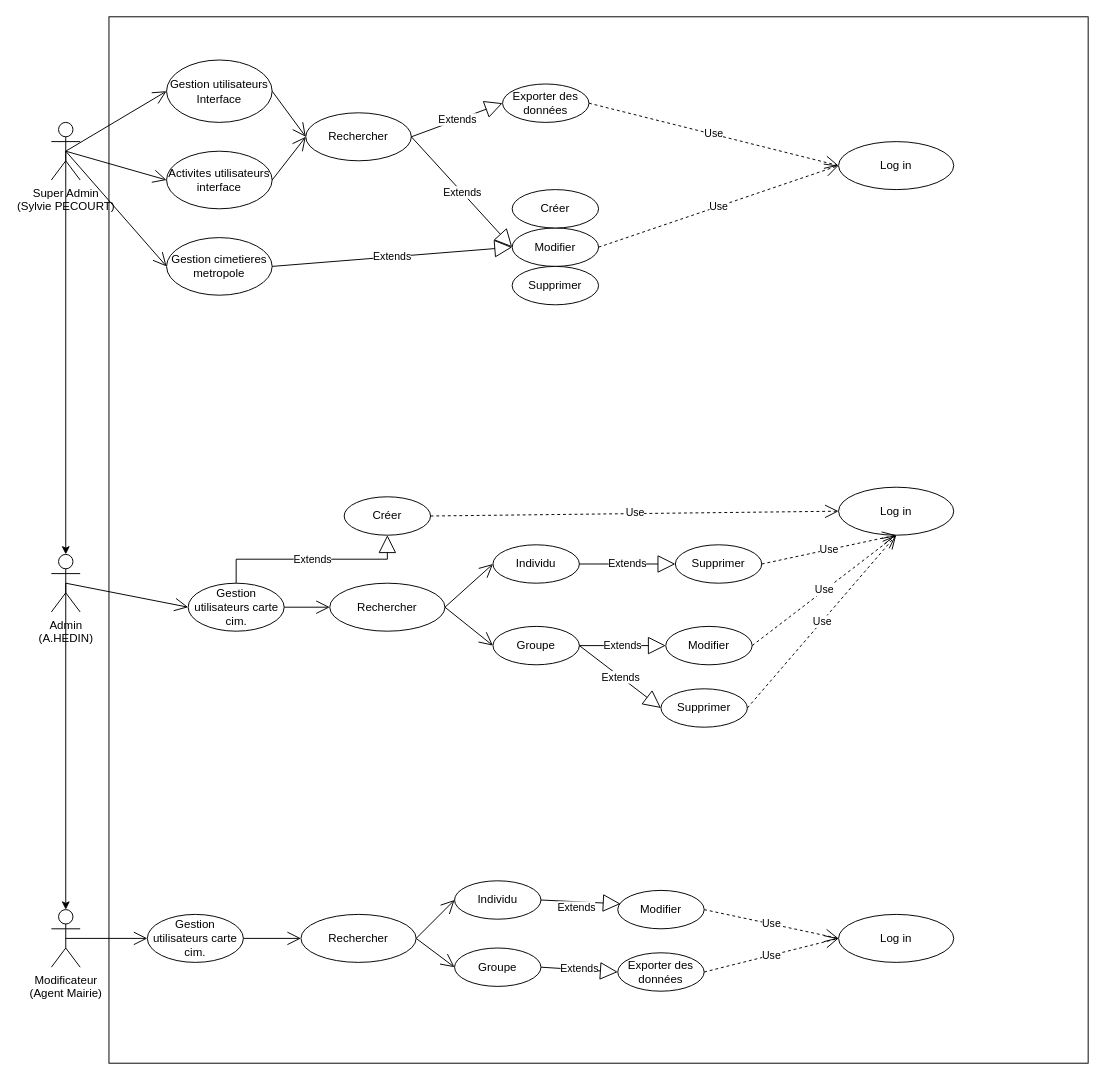
This is page "Diagramme d'utilisations" (1 of 4) of accésCimAmiens.drawio from lemairemarius/Uml, a draw.io file, before an edit. Source tidied: cells renumbered, new cells numbered last; positions are measured from the earlier drawing's top-left corner, leaving out a move shared by most shapes. Both pictures are drawn from the tidied source at 96%, with x=0, y=0 at pixel (51, 16).
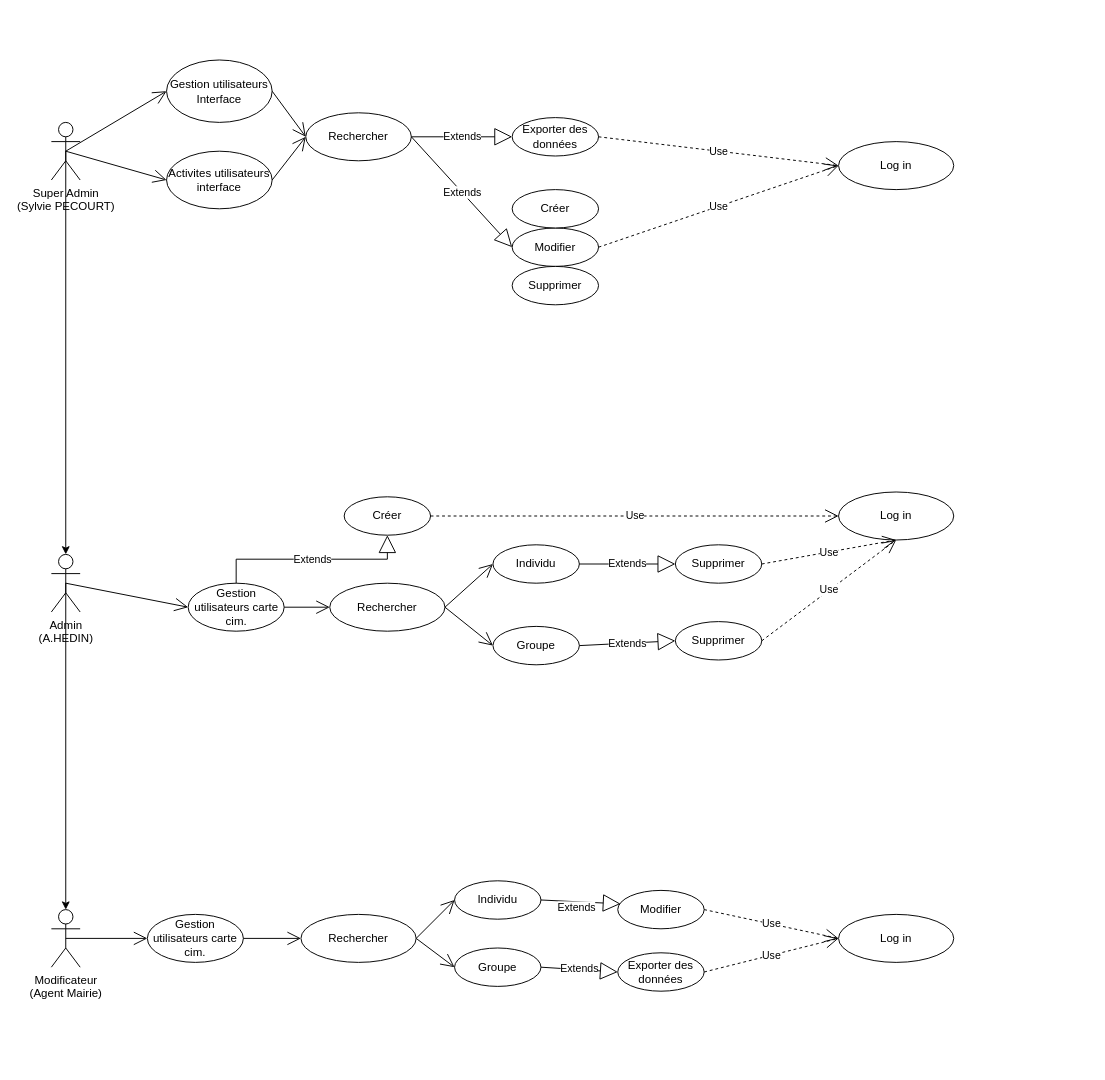
The same page after the edit.

Unchanged cells that the change refers to:
```xml
<mxCell id="3" value="Super Admin&lt;br&gt;(Sylvie PECOURT)" style="shape=umlActor;verticalLabelPosition=bottom;verticalAlign=top;html=1;outlineConnect=0;" parent="1" vertex="1">
  <mxGeometry y="110" width="30" height="60" as="geometry" />
</mxCell>
<mxCell id="10" value="Modifier" style="ellipse;whiteSpace=wrap;html=1;" parent="1" vertex="1">
  <mxGeometry x="480" y="220" width="90" height="40" as="geometry" />
</mxCell>
<mxCell id="36" value="Groupe&lt;br&gt;" style="ellipse;whiteSpace=wrap;html=1;" parent="1" vertex="1">
  <mxGeometry x="460" y="635" width="90" height="40" as="geometry" />
</mxCell>
```

The edit, as a diff of the source:
```diff
@@
-    <mxCell id="2" style="rounded=0;whiteSpace=wrap;html=1;" parent="1" vertex="1">
-      <mxGeometry x="60" width="1020" height="1090" as="geometry" />
-    </mxCell>
@@
     <mxCell id="9" value="Exporter des données" style="ellipse;whiteSpace=wrap;html=1;" parent="1" vertex="1">
-      <mxGeometry x="470" y="70" width="90" height="40" as="geometry" />
+      <mxGeometry x="480" y="105" width="90" height="40" as="geometry" />
     </mxCell>
@@
-    <mxCell id="15" value="Gestion cimetieres&lt;br&gt;metropole" style="ellipse;whiteSpace=wrap;html=1;" parent="1" vertex="1">
-      <mxGeometry x="120" y="230" width="110" height="60" as="geometry" />
-    </mxCell>
@@
-    <mxCell id="41" value="Modifier" style="ellipse;whiteSpace=wrap;html=1;" parent="1" vertex="1">
-      <mxGeometry x="640" y="635" width="90" height="40" as="geometry" />
-    </mxCell>
     <mxCell id="42" value="Supprimer" style="ellipse;whiteSpace=wrap;html=1;" parent="1" vertex="1">
-      <mxGeometry x="635" y="700" width="90" height="40" as="geometry" />
+      <mxGeometry x="650" y="630" width="90" height="40" as="geometry" />
     </mxCell>
@@
-    <mxCell id="46" value="Extends" style="endArrow=block;endSize=16;endFill=0;html=1;rounded=0;edgeStyle=orthogonalEdgeStyle;exitX=1;exitY=0.5;exitDx=0;exitDy=0;entryX=0;entryY=0.5;entryDx=0;entryDy=0;" parent="1" edge="1" source="36" target="41">
-      <mxGeometry relative="1" as="geometry" />
-    </mxCell>
@@
     <mxCell id="48" value="Log in" style="ellipse;whiteSpace=wrap;html=1;" parent="1" vertex="1">
-      <mxGeometry x="820" y="490" width="120" height="50" as="geometry" />
+      <mxGeometry x="820" y="495" width="120" height="50" as="geometry" />
     </mxCell>
@@
-    <mxCell id="51" value="Use" style="endArrow=open;endSize=12;dashed=1;html=1;rounded=0;exitX=1;exitY=0.5;exitDx=0;exitDy=0;entryX=0.5;entryY=1;entryDx=0;entryDy=0;" parent="1" edge="1" source="41" target="48">
-      <mxGeometry relative="1" as="geometry" />
-    </mxCell>
@@
-    <mxCell id="54" style="endArrow=open;endFill=1;endSize=12;html=1;rounded=0;exitX=0.5;exitY=0.5;exitDx=0;exitDy=0;entryX=0;entryY=0.5;entryDx=0;entryDy=0;exitPerimeter=0;" parent="1" edge="1" source="3" target="15">
-      <mxGeometry relative="1" as="geometry" />
-    </mxCell>
@@
-    <mxCell id="58" value="Extends" style="endArrow=block;endSize=16;endFill=0;html=1;rounded=0;exitX=1;exitY=0.5;exitDx=0;exitDy=0;entryX=0;entryY=0.5;entryDx=0;entryDy=0;" parent="1" edge="1" source="15" target="10">
-      <mxGeometry relative="1" as="geometry" />
-    </mxCell>
```
